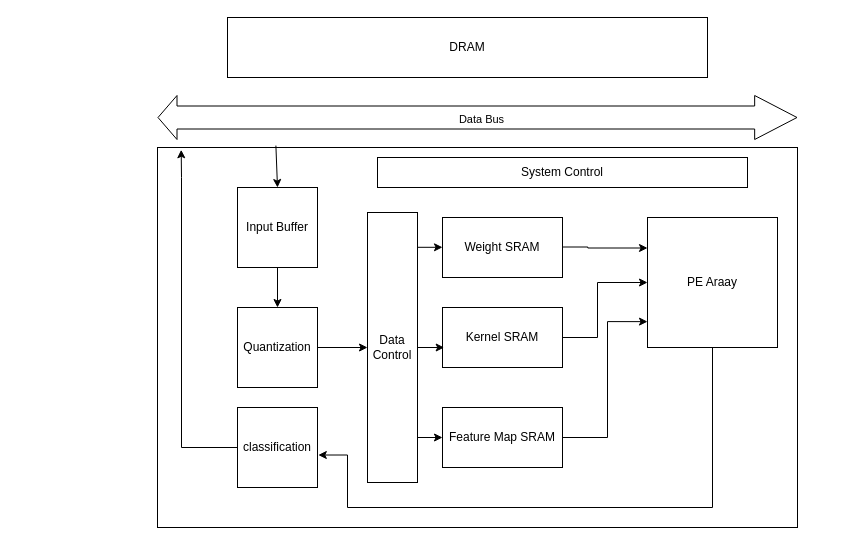
Before: 未命名绘图.drawio in jihuien/ML100Days, a draw.io diagram. Source tidied: cells renumbered, new cells numbered last; positions are measured from the earlier drawing's top-left corner, leaving out a move shared by most shapes. Both pictures are drawn from the tidied source at 100%, with x=0, y=0 at pixel (157, 17).
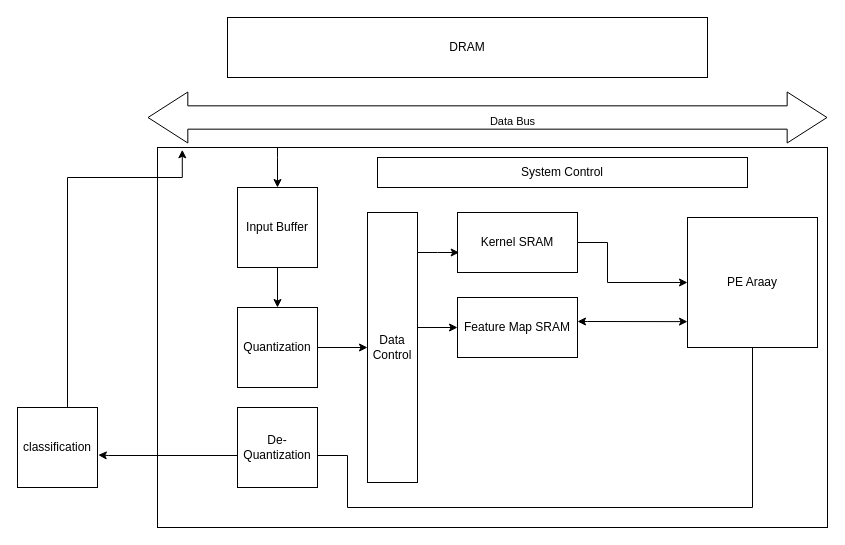
Above is the later version.

Commit message:
更新未命名绘图.drawio

The change refers to these unchanged cells:
```xml
<mxCell id="12" value="Data Control" style="rounded=0;whiteSpace=wrap;html=1;" parent="1" vertex="1">
  <mxGeometry x="210" y="195" width="50" height="270" as="geometry" />
</mxCell>
<mxCell id="16" value="Input Buffer" style="whiteSpace=wrap;html=1;" parent="1" vertex="1">
  <mxGeometry x="80" y="170" width="80" height="80" as="geometry" />
</mxCell>
```

The edit, as a diff of the source:
```diff
@@
-    <mxCell id="3" style="shape=flexArrow;endArrow=classic;startArrow=classic;html=1;rounded=0;strokeWidth=1;width=23;endSize=13.776666666666666;" parent="1" edge="1">
-      <mxGeometry relative="1" as="geometry">
-        <mxPoint y="100" as="sourcePoint" />
-        <mxPoint x="640" y="100" as="targetPoint" />
-      </mxGeometry>
-    </mxCell>
-    <mxCell id="4" value="Data Bus" style="edgeLabel;html=1;align=center;verticalAlign=middle;" parent="3" vertex="1">
-      <mxGeometry x="0.01" y="-1" relative="1" as="geometry" />
-    </mxCell>
     <mxCell id="5" style="rounded=0;whiteSpace=wrap;html=1;" parent="1" vertex="1">
-      <mxGeometry y="130" width="640" height="380" as="geometry" />
+      <mxGeometry y="130" width="670" height="380" as="geometry" />
     </mxCell>
-    <mxCell id="6" style="edgeStyle=orthogonalEdgeStyle;rounded=0;orthogonalLoop=1;jettySize=auto;html=1;entryX=-0.002;entryY=0.229;entryDx=0;entryDy=0;entryPerimeter=0;" parent="1" edge="1">
-      <mxGeometry relative="1" as="geometry">
-        <mxPoint x="380.3" y="229.5" as="sourcePoint" />
-        <mxPoint x="490" y="230.5" as="targetPoint" />
-        <Array as="points">
-          <mxPoint x="430.3" y="229.7" />
-          <mxPoint x="430.3" y="230.7" />
-        </Array>
-      </mxGeometry>
-    </mxCell>
-    <mxCell id="7" value="Weight SRAM" style="rounded=0;whiteSpace=wrap;html=1;" parent="1" vertex="1">
-      <mxGeometry x="285" y="200" width="120" height="60" as="geometry" />
-    </mxCell>
     <mxCell id="8" style="edgeStyle=orthogonalEdgeStyle;rounded=0;jettySize=auto;html=1;exitX=1;exitY=0.5;exitDx=0;exitDy=0;" parent="1" edge="1" source="9" target="10">
       <mxGeometry relative="1" as="geometry">
         <Array as="points">
-          <mxPoint x="440" y="320" />
-          <mxPoint x="440" y="265" />
+          <mxPoint x="450" y="225" />
+          <mxPoint x="450" y="265" />
         </Array>
       </mxGeometry>
     </mxCell>
     <mxCell id="9" value="Kernel SRAM" style="rounded=0;whiteSpace=wrap;html=1;" parent="1" vertex="1">
-      <mxGeometry x="285" y="290" width="120" height="60" as="geometry" />
+      <mxGeometry x="300" y="195" width="120" height="60" as="geometry" />
     </mxCell>
     <mxCell id="10" value="PE Araay" style="whiteSpace=wrap;html=1;" parent="1" vertex="1">
-      <mxGeometry x="490" y="200" width="130" height="130" as="geometry" />
+      <mxGeometry x="530" y="200" width="130" height="130" as="geometry" />
     </mxCell>
@@
-    <mxCell id="17" style="endArrow=classic;html=1;rounded=0;entryX=0.5;entryY=0;entryDx=0;entryDy=0;exitX=0.185;exitY=-0.005;exitDx=0;exitDy=0;exitPerimeter=0;" parent="1" edge="1" source="5" target="16">
-      <mxGeometry relative="1" as="geometry" />
+    <mxCell id="17" style="endArrow=classic;html=1;rounded=0;entryX=0.5;entryY=0;entryDx=0;entryDy=0;" parent="1" edge="1" target="16">
+      <mxGeometry relative="1" as="geometry">
+        <mxPoint x="120" y="130" as="sourcePoint" />
+        <Array as="points">
+          <mxPoint x="120" y="140" />
+        </Array>
+      </mxGeometry>
     </mxCell>
     <mxCell id="18" value="Feature Map SRAM" style="rounded=0;whiteSpace=wrap;html=1;" parent="1" vertex="1">
-      <mxGeometry x="285" y="390" width="120" height="60" as="geometry" />
+      <mxGeometry x="300" y="280" width="120" height="60" as="geometry" />
     </mxCell>
-    <mxCell id="19" style="edgeStyle=orthogonalEdgeStyle;rounded=0;jettySize=auto;html=1;entryX=0;entryY=0.801;entryDx=0;entryDy=0;entryPerimeter=0;" parent="1" edge="1" source="18" target="10">
+    <mxCell id="19" style="edgeStyle=orthogonalEdgeStyle;rounded=0;jettySize=auto;html=1;entryX=0;entryY=0.801;entryDx=0;entryDy=0;entryPerimeter=0;startArrow=classic;startFill=1;" parent="1" edge="1" source="18" target="10">
       <mxGeometry relative="1" as="geometry">
         <Array as="points">
-          <mxPoint x="450" y="420" />
-          <mxPoint x="450" y="304" />
+          <mxPoint x="430" y="304" />
+          <mxPoint x="430" y="304" />
         </Array>
       </mxGeometry>
     </mxCell>
     <mxCell id="20" value="classification" style="whiteSpace=wrap;html=1;" parent="1" vertex="1">
-      <mxGeometry x="80" y="390" width="80" height="80" as="geometry" />
+      <mxGeometry x="-140" y="390" width="80" height="80" as="geometry" />
     </mxCell>
     <mxCell id="21" style="edgeStyle=orthogonalEdgeStyle;rounded=0;jettySize=auto;html=1;entryX=0.014;entryY=0.667;entryDx=0;entryDy=0;entryPerimeter=0;" parent="1" edge="1" source="12" target="9">
-      <mxGeometry relative="1" as="geometry" />
+      <mxGeometry relative="1" as="geometry">
+        <Array as="points">
+          <mxPoint x="280" y="235" />
+          <mxPoint x="280" y="235" />
+        </Array>
+      </mxGeometry>
     </mxCell>
-    <mxCell id="22" style="endArrow=classic;html=1;rounded=0;entryX=0;entryY=0.5;entryDx=0;entryDy=0;" parent="1" edge="1" target="18">
-      <mxGeometry relative="1" as="geometry">
-        <mxPoint x="260" y="420" as="sourcePoint" />
-      </mxGeometry>
+    <mxCell id="22" style="endArrow=classic;html=1;rounded=0;entryX=0;entryY=0.5;entryDx=0;entryDy=0;exitX=1.01;exitY=0.426;exitDx=0;exitDy=0;exitPerimeter=0;" parent="1" edge="1" source="12" target="18">
+      <mxGeometry relative="1" as="geometry" />
     </mxCell>
-    <mxCell id="23" style="endArrow=classic;html=1;rounded=0;entryX=0;entryY=0.5;entryDx=0;entryDy=0;" parent="1" edge="1">
-      <mxGeometry relative="1" as="geometry">
-        <mxPoint x="260" y="229.8" as="sourcePoint" />
-        <mxPoint x="285" y="229.8" as="targetPoint" />
-      </mxGeometry>
-    </mxCell>
     <mxCell id="24" style="edgeStyle=orthogonalEdgeStyle;rounded=0;jettySize=auto;html=1;entryX=1.01;entryY=0.594;entryDx=0;entryDy=0;entryPerimeter=0;" parent="1" edge="1" source="10" target="20">
       <mxGeometry relative="1" as="geometry">
         <Array as="points">
-          <mxPoint x="555" y="490" />
+          <mxPoint x="595" y="490" />
           <mxPoint x="190" y="490" />
           <mxPoint x="190" y="438" />
+          <mxPoint x="-49" y="438" />
         </Array>
       </mxGeometry>
     </mxCell>
     <mxCell id="25" style="edgeStyle=orthogonalEdgeStyle;rounded=0;jettySize=auto;html=1;entryX=0.037;entryY=0.006;entryDx=0;entryDy=0;entryPerimeter=0;" parent="1" edge="1" source="20" target="5">
       <mxGeometry relative="1" as="geometry">
         <Array as="points">
-          <mxPoint x="24" y="430" />
-          <mxPoint x="24" y="160" />
+          <mxPoint x="-90" y="160" />
+          <mxPoint x="25" y="160" />
         </Array>
       </mxGeometry>
     </mxCell>
+    <mxCell id="26" value="De-Quantization" style="whiteSpace=wrap;html=1;" parent="1" vertex="1">
+      <mxGeometry x="80" y="390" width="80" height="80" as="geometry" />
+    </mxCell>
+    <mxCell id="27" style="shape=flexArrow;endArrow=classic;startArrow=classic;html=1;rounded=0;startWidth=26.666666666666668;startSize=12.941666666666666;endWidth=26.666666666666668;endSize=12.941666666666666;width=23.333333333333336;" parent="1" edge="1">
+      <mxGeometry relative="1" as="geometry">
+        <mxPoint x="-10" y="100" as="sourcePoint" />
+        <mxPoint x="670" y="100" as="targetPoint" />
+      </mxGeometry>
+    </mxCell>
+    <mxCell id="4" value="Data Bus" style="edgeLabel;html=1;align=center;verticalAlign=middle;" parent="27" vertex="1">
+      <mxGeometry x="0.07" y="-2" relative="1" as="geometry">
+        <mxPoint y="1" as="offset" />
+      </mxGeometry>
+    </mxCell>
```
